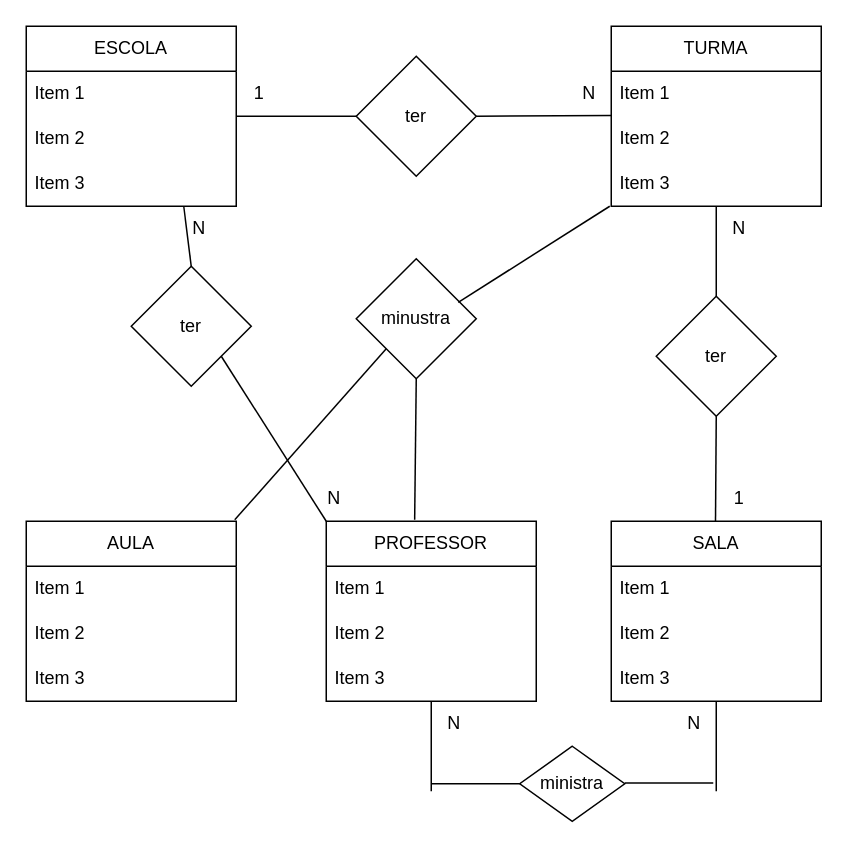
Adrianobraga/diagramas keeps this draw.io diagram as segunda_at2.drawio. Above is the earlier version. Source tidied: cells renumbered, new cells numbered last; positions are measured from the earlier drawing's top-left corner, leaving out a move shared by most shapes. Both pictures are drawn from the tidied source at 150%, with x=0, y=0 at pixel (26, 26).
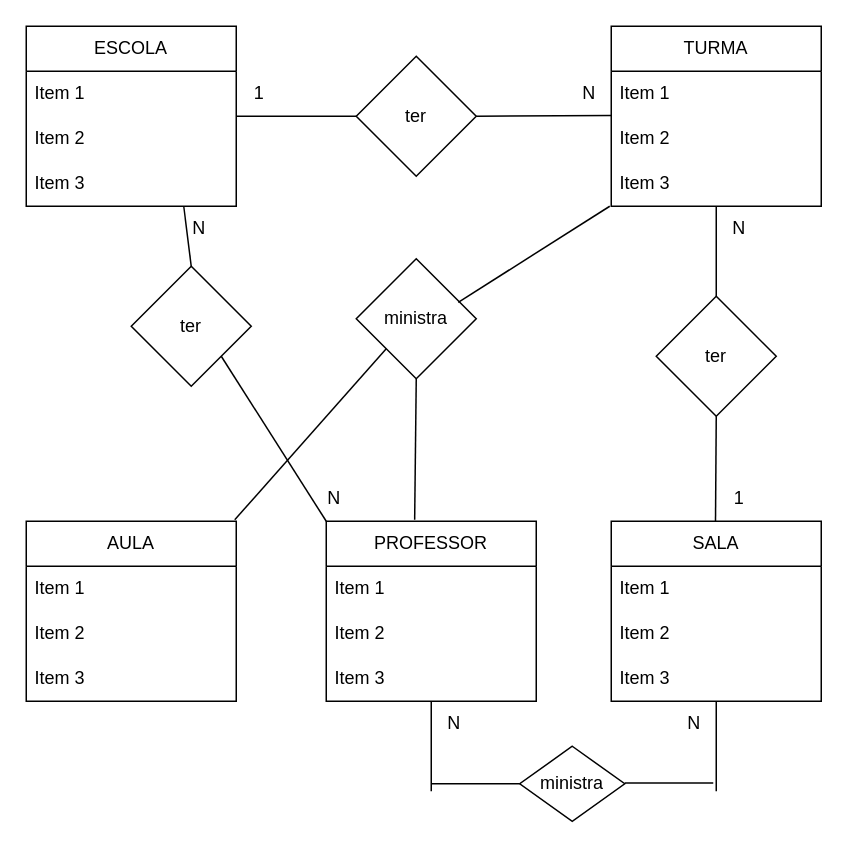
The same page after the edit.

Change to the diagram source:
```diff
@@
-    <mxCell id="25" value="minustra" style="rhombus;whiteSpace=wrap;html=1;" parent="1" vertex="1">
+    <mxCell id="25" value="ministra" style="rhombus;whiteSpace=wrap;html=1;" parent="1" vertex="1">
       <mxGeometry x="220" y="155" width="80" height="80" as="geometry" />
     </mxCell>
```
